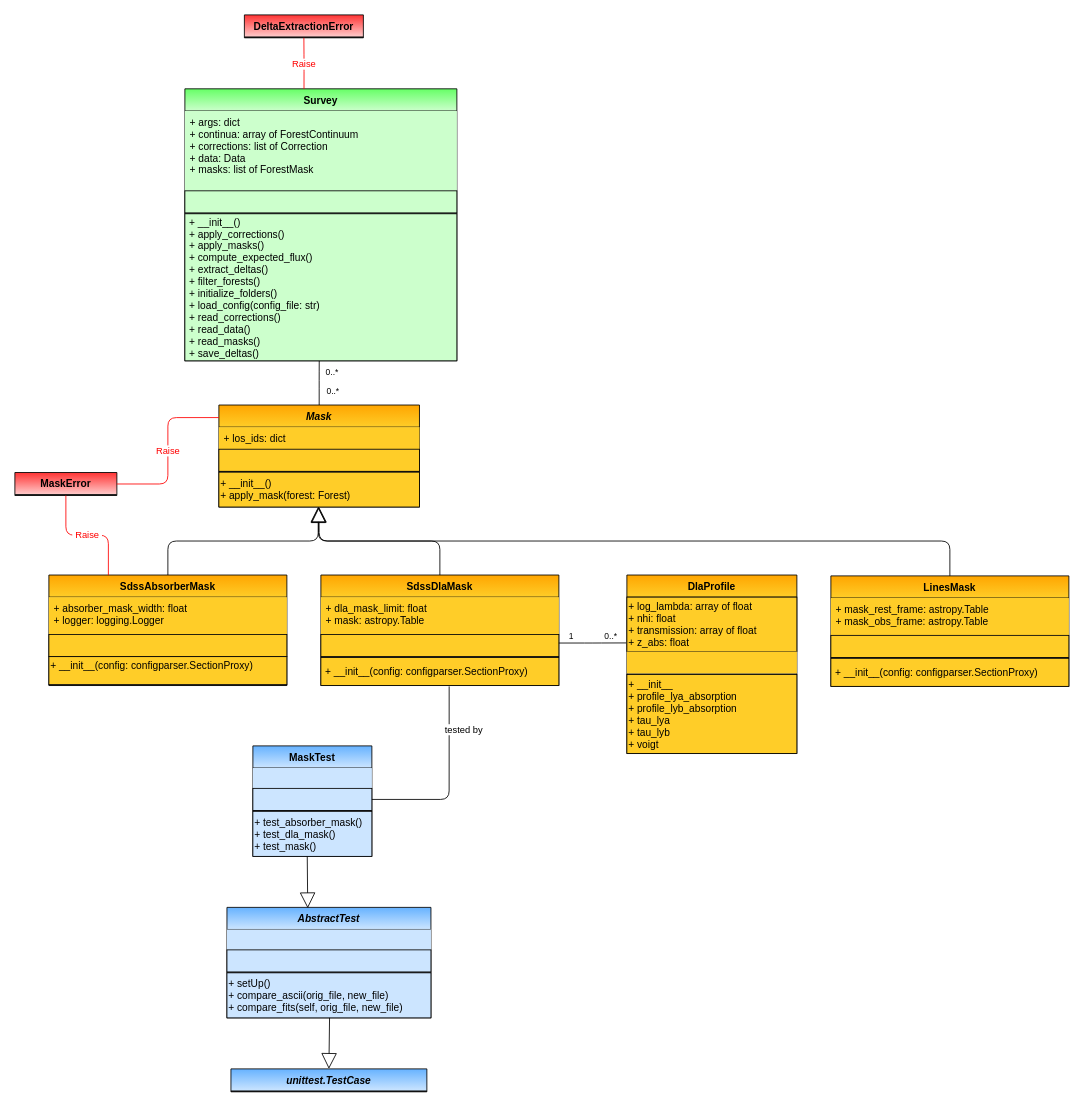
The draw.io diagram page "Mask" (4 of 7) of docs/delta_extraction/data_model/data_model.drawio in igmhub/picca, before the edit. Source tidied: cells renumbered, new cells numbered last; positions are measured from the earlier drawing's top-left corner, leaving out a move shared by most shapes. Both pictures are drawn from the tidied source at 85%, with x=0, y=0 at pixel (14, 14).
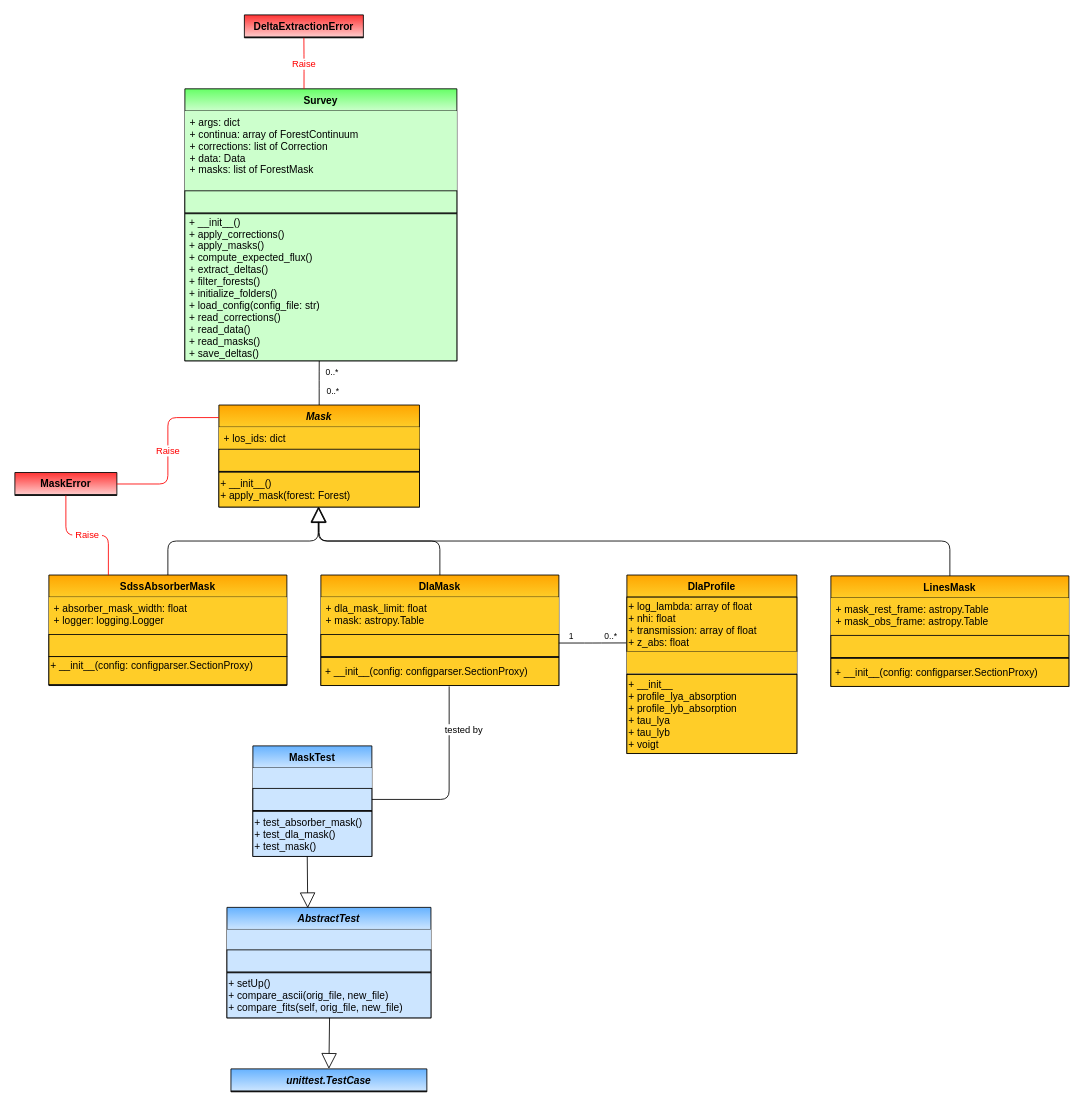
After the change.

Change to the diagram source:
```diff
@@
-    <mxCell id="12" value="SdssDlaMask" style="swimlane;fontStyle=1;horizontal=1;startSize=26;fillColor=#ffcd28;swimlaneFillColor=#ffffff;rounded=0;shadow=0;glass=0;comic=0;strokeColor=#000000;gradientColor=#ffa500;swimlaneLine=1;gradientDirection=north;" parent="1" vertex="1">
+    <mxCell id="12" value="DlaMask" style="swimlane;fontStyle=1;horizontal=1;startSize=26;fillColor=#ffcd28;swimlaneFillColor=#ffffff;rounded=0;shadow=0;glass=0;comic=0;strokeColor=#000000;gradientColor=#ffa500;swimlaneLine=1;gradientDirection=north;" parent="1" vertex="1">
       <mxGeometry x="360" y="659" width="280" height="130" as="geometry" />
     </mxCell>
```
